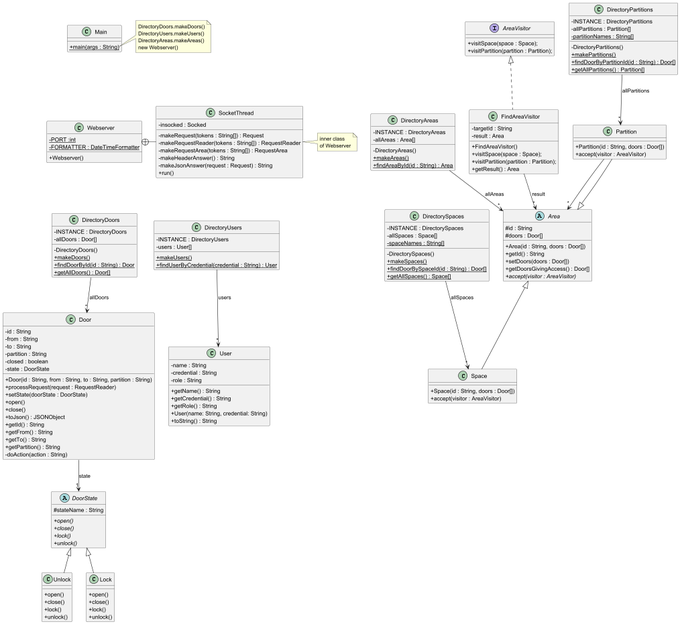
davidal15/Projecte-DS keeps this PlantUML diagram as src/baseNoStates/uml/base_no_states.png. Above is the earlier version.
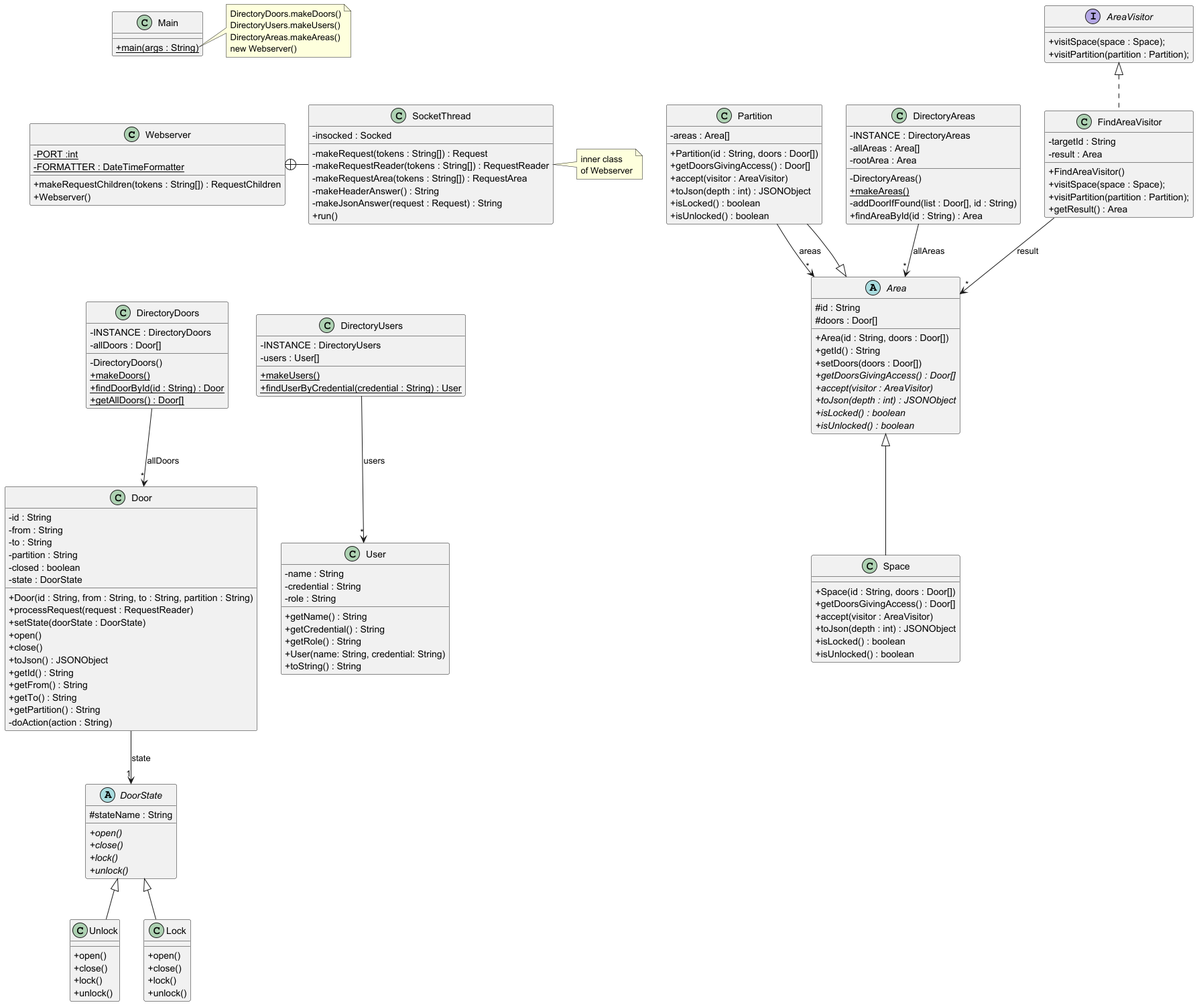
The same diagram one commit later.

What changed in the source:
```diff
@@ -4,6 +4,7 @@
 class Webserver {
 - {static} PORT :int
 - {static} FORMATTER : DateTimeFormatter
++ makeRequestChildren(tokens : String[]) : RequestChildren
 + Webserver()
 }
 
@@ -34,7 +35,7 @@
 }
 
 DirectoryDoors --> "*" Door : "allDoors"
-Partition --> "*" Area
+Partition --> "*" Area : "areas"
 
 class DirectoryUsers {
 - INSTANCE : DirectoryUsers
@@ -45,38 +46,14 @@
 
 DirectoryUsers --> "*" User : "users"
 
-class DirectorySpaces {
-- INSTANCE : DirectorySpaces
-- allSpaces : Space[]
--{static} spaceNames : String[]
-- DirectorySpaces()
-+{static} makeSpaces()
-+{static} findDoorBySpaceId(id : String) : Door[]
-+{static} getAllSpaces() : Space[]
-}
-
-DirectorySpaces --> "*" Space : "allSpaces"
-
-class DirectoryPartitions {
-- INSTANCE : DirectoryPartitions
-- allPartitions : Partition[]
--{static} partitionNames : String[]
-- DirectoryPartitions()
-+{static} makePartitions()
-+{static} findDoorByPartitionId(id : String) : Door[]
-+{static} getAllPartitions() : Partition[]
-}
-
-DirectoryPartitions --> "*" Partition : "allPartitions"
-
 class DirectoryAreas {
 - INSTANCE : DirectoryAreas
 - allAreas : Area[]
 - DirectoryAreas()
+- rootArea : Area
 + {static} makeAreas()
-+ {static} findAreaById(id : String) : Area
-
-
+- addDoorIfFound(list : Door[], id : String)
++ findAreaById(id : String) : Area
 }
 
 DirectoryAreas --> "*" Area : "allAreas"
@@ -139,12 +116,21 @@
 
 class Space extends Area{
 + Space(id : String, doors : Door[])
++ getDoorsGivingAccess() : Door[]
 + accept(visitor : AreaVisitor)
++ toJson(depth : int) : JSONObject
++ isLocked() : boolean
++ isUnlocked() : boolean
 }
 
-class Partition extends Area{
+class Partition extends Area {
+- areas : Area[]
 + Partition(id : String, doors : Door[])
++ getDoorsGivingAccess() : Door[]
 + accept(visitor : AreaVisitor)
++ toJson(depth : int) : JSONObject
++ isLocked() : boolean
++ isUnlocked() : boolean
 }
 
 abstract class Area {
@@ -153,8 +139,11 @@
 + Area(id : String, doors : Door[])
 + getId() : String
 + setDoors(doors : Door[])
-+ getDoorsGivingAccess() : Door[]
++ {abstract} getDoorsGivingAccess() : Door[]
 + {abstract} accept(visitor : AreaVisitor)
++ {abstract} toJson(depth : int) : JSONObject
++ {abstract} isLocked() : boolean
++ {abstract} isUnlocked() : boolean
 }
 
 interface AreaVisitor {
```
